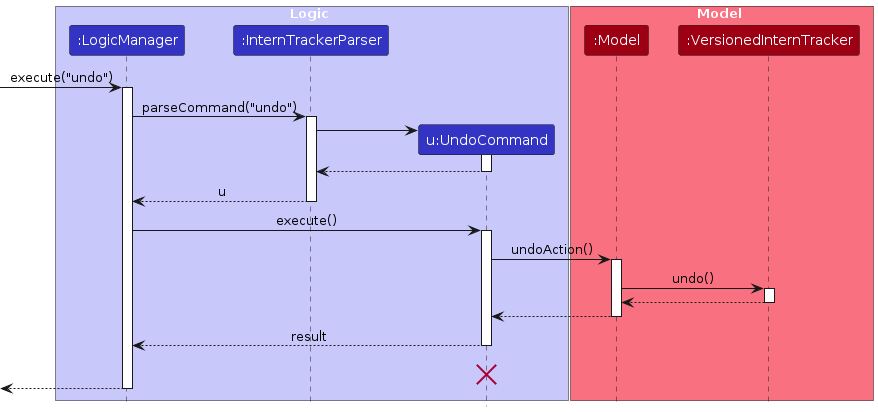
The PlantUML diagram diagrams/UndoSequenceDiagram.png in AY2324S1-CS2103T-W17-2/tp, before a commit. Its source is kept beside it as diagrams/UndoSequenceDiagram.puml.
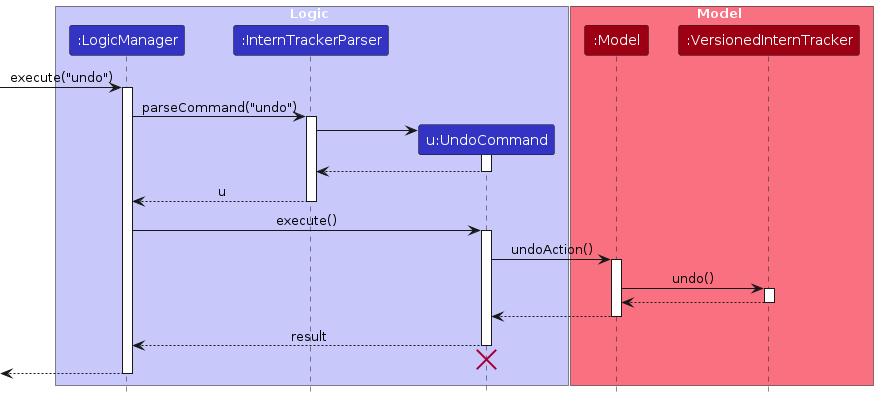
After the change.

Diff of the diagram source:
```diff
@@ -45,7 +45,7 @@
 
 UndoCommand --> LogicManager : result
 deactivate UndoCommand
-UndoCommand -[hidden]-> LogicManager : result
+UndoCommand -[hidden]-> LogicManager
 destroy UndoCommand
 
 [<--LogicManager
```
